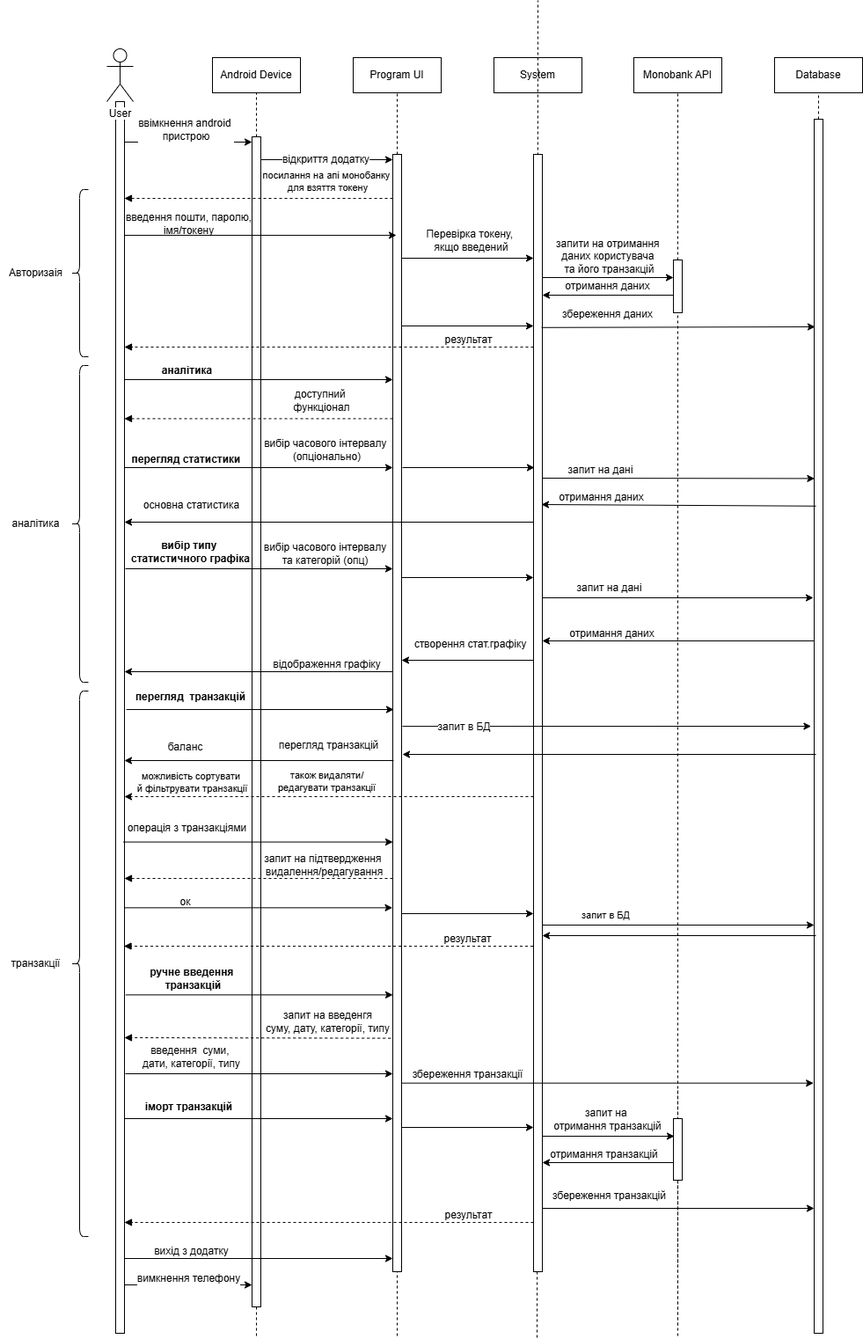
The draw.io diagram docs/diagrams/UML/sequence_UMLdiag.drawio.png in deyme17/ExpensesTracker, before a commit. Source tidied: cells renumbered, new cells last; positions are measured from the earlier drawing's top-left corner, leaving out a move shared by most shapes.
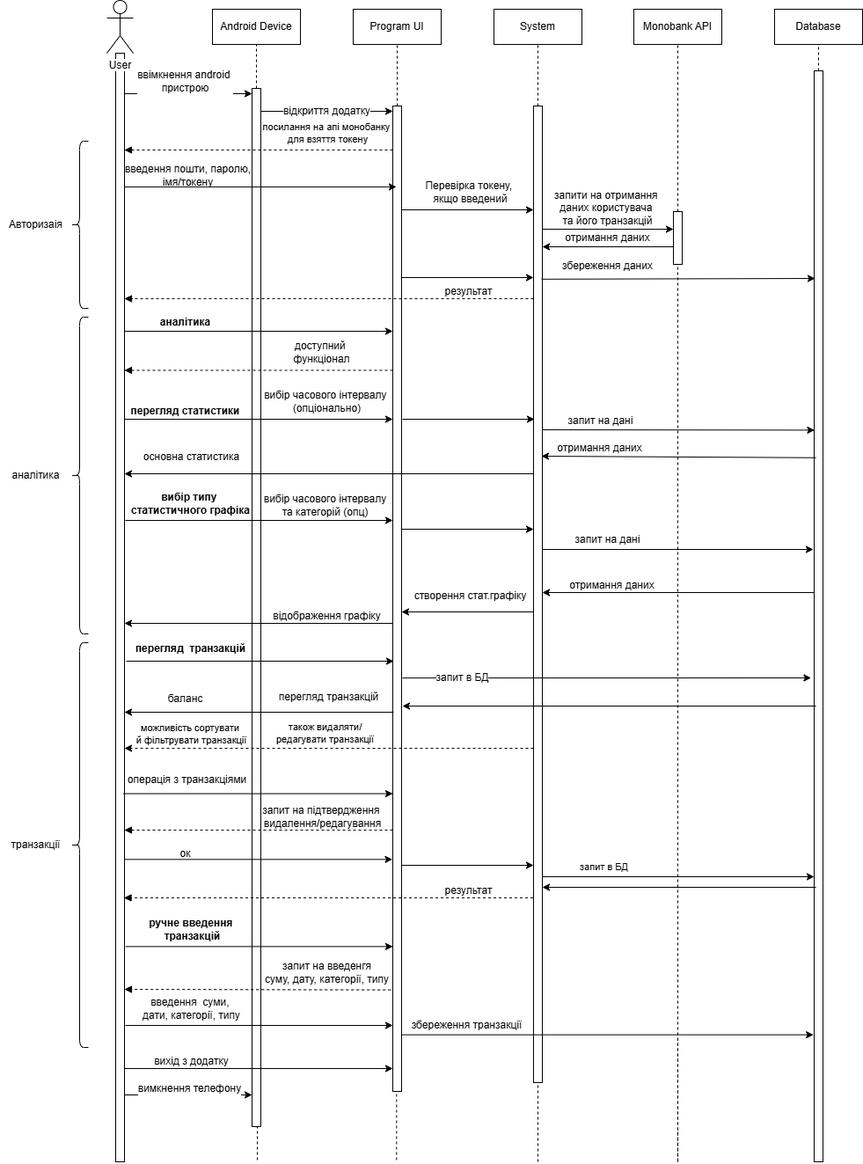
Above is the later version.

The edit, as a diff of the source:
```diff
@@ -18,7 +18,7 @@
       <mxGeometry x="720" y="65" width="100" height="40" as="geometry" />
     </mxCell>
     <mxCell id="7" style="html=1;perimeter=orthogonalPerimeter;targetShapes=umlLifeline;newEdgeStyle={&quot;curved&quot;:0,&quot;rounded&quot;:0};fontStyle=0;fontSize=12;" parent="1" vertex="1">
-      <mxGeometry x="131" y="115" width="10" height="1400" as="geometry" />
+      <mxGeometry x="131" y="115" width="10" height="1260" as="geometry" />
     </mxCell>
     <mxCell id="8" style="endArrow=none;dashed=1;html=1;rounded=0;entryX=0.5;entryY=1;entryDx=0;entryDy=0;fontStyle=0;fontSize=12;" parent="1" edge="1" source="33" target="5">
       <mxGeometry relative="1" as="geometry" />
@@ -26,10 +26,9 @@
     <mxCell id="9" style="endArrow=none;dashed=1;html=1;rounded=0;entryX=0.5;entryY=1;entryDx=0;entryDy=0;fontStyle=0;fontSize=12;" parent="1" edge="1" source="37" target="6">
       <mxGeometry relative="1" as="geometry" />
     </mxCell>
-    <mxCell id="10" style="endArrow=none;dashed=1;html=1;rounded=0;entryX=0.5;entryY=1;entryDx=0;entryDy=0;fontStyle=0;fontSize=12;" parent="1" edge="1">
+    <mxCell id="10" style="endArrow=none;dashed=1;html=1;rounded=0;fontStyle=0;fontSize=12;entryX=0.5;entryY=1;entryDx=0;entryDy=0;" parent="1" edge="1" target="4">
       <mxGeometry relative="1" as="geometry">
-        <mxPoint x="610" y="1520" as="sourcePoint" />
-        <mxPoint x="611" as="targetPoint" />
+        <mxPoint x="611" y="1375" as="sourcePoint" />
       </mxGeometry>
     </mxCell>
     <mxCell id="11" style="endArrow=none;dashed=1;html=1;rounded=0;entryX=0.5;entryY=1;entryDx=0;entryDy=0;fontStyle=0;fontSize=12;" parent="1" edge="1" source="19" target="3">
@@ -40,12 +39,12 @@
     </mxCell>
     <mxCell id="13" style="endArrow=none;dashed=1;html=1;rounded=0;fontStyle=0;fontSize=12;" parent="1" edge="1">
       <mxGeometry relative="1" as="geometry">
-        <mxPoint x="291" y="1518" as="sourcePoint" />
-        <mxPoint x="291" y="1380" as="targetPoint" />
+        <mxPoint x="292" y="1373" as="sourcePoint" />
+        <mxPoint x="292" y="1235" as="targetPoint" />
       </mxGeometry>
     </mxCell>
     <mxCell id="14" style="html=1;points=[[0,0,0,0,5],[0,1,0,0,-5],[1,0,0,0,5],[1,1,0,0,-5]];perimeter=orthogonalPerimeter;outlineConnect=0;targetShapes=umlLifeline;portConstraint=eastwest;newEdgeStyle={&quot;curved&quot;:0,&quot;rounded&quot;:0};fontStyle=0;fontSize=12;" parent="1" vertex="1">
-      <mxGeometry x="286" y="155" width="10" height="1330" as="geometry" />
+      <mxGeometry x="286" y="155" width="10" height="1180" as="geometry" />
     </mxCell>
     <mxCell id="15" value="&lt;span style=&quot;background-color: light-dark(#ffffff, var(--ge-dark-color, #121212));&quot;&gt;User&lt;/span&gt;" style="shape=umlActor;verticalLabelPosition=bottom;verticalAlign=top;html=1;fontStyle=0;fontSize=12;" parent="1" vertex="1">
       <mxGeometry x="121" y="55" width="30" height="60" as="geometry" />
@@ -63,12 +62,12 @@
     </mxCell>
     <mxCell id="18" style="endArrow=none;dashed=1;html=1;rounded=0;fontStyle=0;fontSize=12;" parent="1" edge="1">
       <mxGeometry relative="1" as="geometry">
-        <mxPoint x="451" y="1518" as="sourcePoint" />
-        <mxPoint x="451" y="1340" as="targetPoint" />
+        <mxPoint x="450.3" y="1373" as="sourcePoint" />
+        <mxPoint x="450.3" y="1195" as="targetPoint" />
       </mxGeometry>
     </mxCell>
     <mxCell id="19" style="html=1;points=[[0,0,0,0,5],[0,1,0,0,-5],[1,0,0,0,5],[1,1,0,0,-5]];perimeter=orthogonalPerimeter;outlineConnect=0;targetShapes=umlLifeline;portConstraint=eastwest;newEdgeStyle={&quot;curved&quot;:0,&quot;rounded&quot;:0};fontStyle=0;fontSize=12;" parent="1" vertex="1">
-      <mxGeometry x="446" y="175" width="10" height="1270" as="geometry" />
+      <mxGeometry x="446" y="175" width="10" height="1120" as="geometry" />
     </mxCell>
     <mxCell id="20" style="endArrow=classic;html=1;rounded=0;entryX=0;entryY=0;entryDx=0;entryDy=5;entryPerimeter=0;fontStyle=0;fontSize=12;" parent="1" edge="1">
       <mxGeometry relative="1" as="geometry">
@@ -82,7 +81,7 @@
       </mxGeometry>
     </mxCell>
     <mxCell id="22" style="html=1;points=[[0,0,0,0,5],[0,1,0,0,-5],[1,0,0,0,5],[1,1,0,0,-5]];perimeter=orthogonalPerimeter;outlineConnect=0;targetShapes=umlLifeline;portConstraint=eastwest;newEdgeStyle={&quot;curved&quot;:0,&quot;rounded&quot;:0};fontStyle=0;fontSize=12;" parent="1" vertex="1">
-      <mxGeometry x="606" y="175" width="10" height="1270" as="geometry" />
+      <mxGeometry x="606" y="175" width="10" height="1110" as="geometry" />
     </mxCell>
     <mxCell id="23" style="html=1;verticalAlign=bottom;labelBackgroundColor=none;endArrow=block;endFill=1;dashed=1;rounded=0;fontStyle=0;fontSize=12;" parent="1" edge="1">
       <mxGeometry relative="1" as="geometry">
@@ -135,7 +134,7 @@
       <mxGeometry x="80" y="215" width="20" height="190" as="geometry" />
     </mxCell>
     <mxCell id="33" style="html=1;points=[[0,0,0,0,5],[0,1,0,0,-5],[1,0,0,0,5],[1,1,0,0,-5]];perimeter=orthogonalPerimeter;outlineConnect=0;targetShapes=umlLifeline;portConstraint=eastwest;newEdgeStyle={&quot;curved&quot;:0,&quot;rounded&quot;:0};fontStyle=0;fontSize=12;" parent="1" vertex="1">
-      <mxGeometry x="925" y="135" width="10" height="1380" as="geometry" />
+      <mxGeometry x="925" y="135" width="10" height="1240" as="geometry" />
     </mxCell>
     <mxCell id="34" style="endArrow=classic;html=1;rounded=0;fontStyle=0;fontSize=12;" parent="1" edge="1" target="37">
       <mxGeometry relative="1" as="geometry">
@@ -149,7 +148,7 @@
     </mxCell>
     <mxCell id="36" style="endArrow=none;dashed=1;html=1;rounded=0;entryX=0.5;entryY=1;entryDx=0;entryDy=0;fontStyle=0;fontSize=12;" parent="1" edge="1" target="37">
       <mxGeometry relative="1" as="geometry">
-        <mxPoint x="770" y="1435" as="sourcePoint" />
+        <mxPoint x="770" y="1375" as="sourcePoint" />
       </mxGeometry>
     </mxCell>
     <mxCell id="37" style="html=1;points=[[0,0,0,0,5],[0,1,0,0,-5],[1,0,0,0,5],[1,1,0,0,-5]];perimeter=orthogonalPerimeter;outlineConnect=0;targetShapes=umlLifeline;portConstraint=eastwest;newEdgeStyle={&quot;curved&quot;:0,&quot;rounded&quot;:0};fontStyle=0;fontSize=12;" parent="1" vertex="1">
@@ -218,9 +217,10 @@
     <mxCell id="51" value="аналітика" style="text;html=1;align=center;verticalAlign=middle;strokeColor=none;fillColor=none;" parent="1" vertex="1">
       <mxGeometry y="580" width="80" height="30" as="geometry" />
     </mxCell>
-    <mxCell id="52" style="endArrow=none;dashed=1;html=1;rounded=0;entryX=0.5;entryY=1;entryDx=0;entryDy=0;fontStyle=0;fontSize=12;" parent="1" edge="1" source="65">
+    <mxCell id="52" style="endArrow=none;dashed=1;html=1;rounded=0;fontStyle=0;fontSize=12;" parent="1" edge="1">
       <mxGeometry relative="1" as="geometry">
-        <mxPoint x="770" y="1507.5" as="targetPoint" />
+        <mxPoint x="770" y="1341" as="sourcePoint" />
+        <mxPoint x="770" y="1375" as="targetPoint" />
       </mxGeometry>
     </mxCell>
     <mxCell id="53" style="endArrow=classic;html=1;rounded=0;exitX=1.138;exitY=0.738;exitDx=0;exitDy=0;exitPerimeter=0;fontStyle=0;fontSize=12;" parent="1" edge="1">
@@ -267,84 +267,22 @@
         <mxPoint x="16" y="-9" as="offset" />
       </mxGeometry>
     </mxCell>
-    <mxCell id="61" style="endArrow=classic;html=1;rounded=0;fontStyle=0;fontSize=12;" parent="1" edge="1">
-      <mxGeometry relative="1" as="geometry">
-        <mxPoint x="141" y="1271" as="sourcePoint" />
-        <mxPoint x="446" y="1271" as="targetPoint" />
-      </mxGeometry>
-    </mxCell>
-    <mxCell id="62" value="&lt;b&gt;іморт транзакцій&lt;/b&gt;" style="edgeLabel;html=1;align=center;verticalAlign=middle;fontStyle=0;fontSize=12;" parent="61" vertex="1">
-      <mxGeometry x="-0.54" y="1" relative="1" as="geometry">
-        <mxPoint y="-13" as="offset" />
-      </mxGeometry>
-    </mxCell>
-    <mxCell id="63" style="endArrow=classic;html=1;rounded=0;fontStyle=0;fontSize=12;" parent="1" edge="1">
-      <mxGeometry relative="1" as="geometry">
-        <mxPoint x="456" y="1281" as="sourcePoint" />
-        <mxPoint x="606" y="1281" as="targetPoint" />
-      </mxGeometry>
-    </mxCell>
     <mxCell id="64" style="endArrow=none;dashed=1;html=1;rounded=0;entryX=0.5;entryY=1;entryDx=0;entryDy=0;fontStyle=0;fontSize=12;" parent="1" edge="1">
       <mxGeometry relative="1" as="geometry">
-        <mxPoint x="770" y="1518" as="sourcePoint" />
+        <mxPoint x="770" y="1375" as="sourcePoint" />
         <mxPoint x="770" y="1236" as="targetPoint" />
       </mxGeometry>
     </mxCell>
-    <mxCell id="65" style="html=1;points=[[0,0,0,0,5],[0,1,0,0,-5],[1,0,0,0,5],[1,1,0,0,-5]];perimeter=orthogonalPerimeter;outlineConnect=0;targetShapes=umlLifeline;portConstraint=eastwest;newEdgeStyle={&quot;curved&quot;:0,&quot;rounded&quot;:0};fontStyle=0;fontSize=12;" parent="1" vertex="1">
-      <mxGeometry x="765" y="1271" width="10" height="70" as="geometry" />
-    </mxCell>
-    <mxCell id="66" style="endArrow=classic;html=1;rounded=0;fontStyle=0;fontSize=12;" parent="1" edge="1">
-      <mxGeometry relative="1" as="geometry">
-        <mxPoint x="616" y="1291" as="sourcePoint" />
-        <mxPoint x="766" y="1291" as="targetPoint" />
-      </mxGeometry>
-    </mxCell>
-    <mxCell id="67" value="запит на&amp;nbsp;&lt;div&gt;отримання транзакцій&lt;/div&gt;" style="edgeLabel;html=1;align=center;verticalAlign=middle;fontStyle=0;fontSize=12;" parent="66" vertex="1">
-      <mxGeometry x="-0.11" y="1" relative="1" as="geometry">
-        <mxPoint x="7" y="-19" as="offset" />
-      </mxGeometry>
-    </mxCell>
-    <mxCell id="68" style="endArrow=classic;html=1;rounded=0;fontStyle=0;fontSize=12;" parent="1" edge="1">
-      <mxGeometry relative="1" as="geometry">
-        <mxPoint x="765" y="1321" as="sourcePoint" />
-        <mxPoint x="616" y="1321" as="targetPoint" />
-      </mxGeometry>
-    </mxCell>
-    <mxCell id="69" value="&lt;span style=&quot;background-color: rgb(255, 255, 255);&quot;&gt;отримання транзакцій&lt;/span&gt;" style="text;html=1;align=center;verticalAlign=middle;strokeColor=none;fillColor=none;fontStyle=0;fontSize=12;" parent="1" vertex="1">
-      <mxGeometry x="611" y="1297" width="150" height="30" as="geometry" />
-    </mxCell>
-    <mxCell id="70" style="endArrow=classic;html=1;rounded=0;entryX=0;entryY=1;entryDx=0;entryDy=-5;entryPerimeter=0;fontStyle=0;fontSize=12;" parent="1" edge="1">
-      <mxGeometry relative="1" as="geometry">
-        <mxPoint x="616" y="1373" as="sourcePoint" />
-        <mxPoint x="925" y="1373" as="targetPoint" />
-      </mxGeometry>
-    </mxCell>
-    <mxCell id="71" value="збереження транзакцій" style="edgeLabel;html=1;align=center;verticalAlign=middle;fontStyle=0;fontSize=12;" parent="70" vertex="1">
-      <mxGeometry x="-0.72" y="-2" relative="1" as="geometry">
-        <mxPoint x="32" y="-17" as="offset" />
-      </mxGeometry>
-    </mxCell>
-    <mxCell id="72" style="html=1;verticalAlign=bottom;labelBackgroundColor=none;endArrow=block;endFill=1;dashed=1;rounded=0;fontStyle=0;fontSize=12;" parent="1" edge="1">
-      <mxGeometry relative="1" as="geometry">
-        <mxPoint x="606" y="1389" as="sourcePoint" />
-        <mxPoint x="141" y="1389" as="targetPoint" />
-      </mxGeometry>
-    </mxCell>
-    <mxCell id="73" value="результат" style="edgeLabel;html=1;align=center;verticalAlign=middle;fontStyle=0;fontSize=12;" parent="72" vertex="1">
-      <mxGeometry x="-0.64" relative="1" as="geometry">
-        <mxPoint x="10" y="-9" as="offset" />
-      </mxGeometry>
-    </mxCell>
     <mxCell id="74" style="shape=curlyBracket;whiteSpace=wrap;html=1;rounded=1;labelPosition=left;verticalLabelPosition=middle;align=right;verticalAlign=middle;fontStyle=0;fontSize=12;" parent="1" vertex="1">
-      <mxGeometry x="80" y="785" width="20" height="620" as="geometry" />
+      <mxGeometry x="80" y="785" width="20" height="460" as="geometry" />
     </mxCell>
     <mxCell id="75" value="транзакції" style="text;html=1;align=center;verticalAlign=middle;strokeColor=none;fillColor=none;" parent="1" vertex="1">
-      <mxGeometry y="1080" width="80" height="30" as="geometry" />
+      <mxGeometry y="1000" width="80" height="30" as="geometry" />
     </mxCell>
     <mxCell id="76" style="endArrow=classic;html=1;rounded=0;entryX=0;entryY=1;entryDx=0;entryDy=-5;entryPerimeter=0;fontStyle=0;fontSize=12;" parent="1" edge="1">
       <mxGeometry relative="1" as="geometry">
-        <mxPoint x="141" y="1430" as="sourcePoint" />
-        <mxPoint x="446" y="1430" as="targetPoint" />
+        <mxPoint x="141" y="1269" as="sourcePoint" />
+        <mxPoint x="446" y="1269" as="targetPoint" />
       </mxGeometry>
     </mxCell>
     <mxCell id="77" value="вихід з додатку" style="edgeLabel;html=1;align=center;verticalAlign=middle;fontStyle=0;fontSize=12;" parent="76" vertex="1">
@@ -354,8 +292,8 @@
     </mxCell>
     <mxCell id="78" style="endArrow=classic;html=1;rounded=0;entryX=0;entryY=1;entryDx=0;entryDy=-5;entryPerimeter=0;fontStyle=0;fontSize=12;" parent="1" edge="1">
       <mxGeometry relative="1" as="geometry">
-        <mxPoint x="141" y="1460" as="sourcePoint" />
-        <mxPoint x="286" y="1460" as="targetPoint" />
+        <mxPoint x="141" y="1299" as="sourcePoint" />
+        <mxPoint x="286" y="1299" as="targetPoint" />
       </mxGeometry>
     </mxCell>
     <mxCell id="79" value="вимкнення телефону" style="edgeLabel;html=1;align=center;verticalAlign=middle;fontStyle=0;fontSize=12;" parent="78" vertex="1">
```
